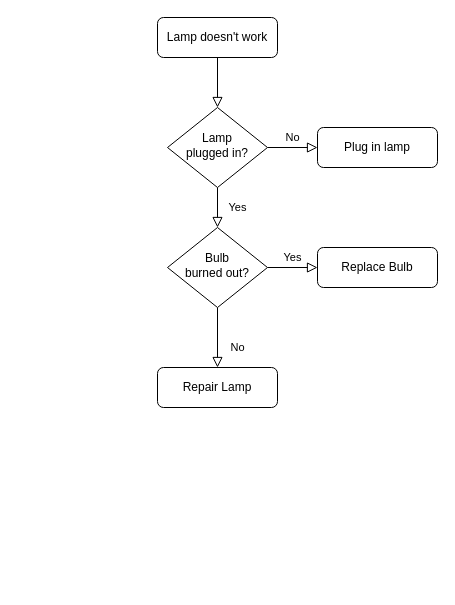
Before: cosheduler.drawio in weichenjushi/k8snote, a draw.io diagram. Source tidied: cells renumbered, new cells numbered last; positions are measured from the earlier drawing's top-left corner, leaving out a move shared by most shapes. Both pictures are drawn from the tidied source at 100%, with x=0, y=0 at pixel (157, 17).
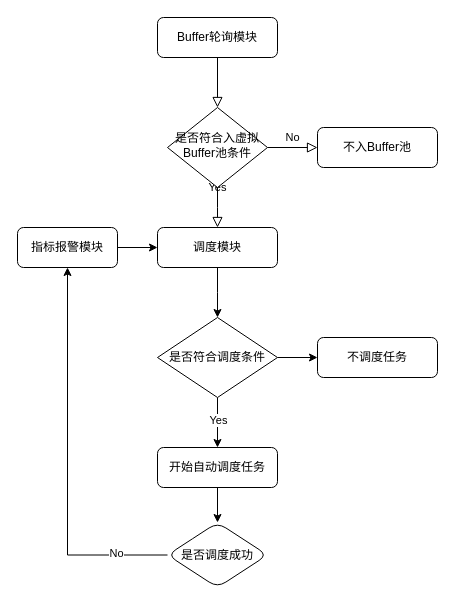
After the change.

What changed in the source:
```diff
@@
-    <mxCell id="3" value="Lamp doesn't work" style="rounded=1;whiteSpace=wrap;html=1;fontSize=12;glass=0;strokeWidth=1;shadow=0;" parent="1" vertex="1">
+    <mxCell id="3" value="Buffer轮询模块" style="rounded=1;whiteSpace=wrap;html=1;fontSize=12;glass=0;strokeWidth=1;shadow=0;" parent="1" vertex="1">
       <mxGeometry width="120" height="40" as="geometry" />
     </mxCell>
-    <mxCell id="4" value="Yes" style="rounded=0;html=1;jettySize=auto;fontSize=11;endArrow=block;endFill=0;endSize=8;strokeWidth=1;shadow=0;labelBackgroundColor=none;edgeStyle=orthogonalEdgeStyle;" parent="1" edge="1" source="6" target="10">
-      <mxGeometry y="20" relative="1" as="geometry" />
+    <mxCell id="4" value="Yes" style="rounded=0;html=1;jettySize=auto;fontSize=11;endArrow=block;endFill=0;endSize=8;strokeWidth=1;shadow=0;labelBackgroundColor=none;edgeStyle=orthogonalEdgeStyle;" parent="1" edge="1" source="6">
+      <mxGeometry y="20" relative="1" as="geometry">
+        <mxPoint x="60" y="210" as="targetPoint" />
+      </mxGeometry>
     </mxCell>
@@
-    <mxCell id="6" value="Lamp&lt;br&gt;plugged in?" style="rhombus;whiteSpace=wrap;html=1;shadow=0;fontFamily=Helvetica;fontSize=12;align=center;strokeWidth=1;spacing=6;spacingTop=-4;" parent="1" vertex="1">
+    <mxCell id="6" value="是否符合入虚拟Buffer池条件" style="rhombus;whiteSpace=wrap;html=1;shadow=0;fontFamily=Helvetica;fontSize=12;align=center;strokeWidth=1;spacing=6;spacingTop=-4;" parent="1" vertex="1">
       <mxGeometry x="10" y="90" width="100" height="80" as="geometry" />
     </mxCell>
-    <mxCell id="7" value="Plug in lamp" style="rounded=1;whiteSpace=wrap;html=1;fontSize=12;glass=0;strokeWidth=1;shadow=0;" parent="1" vertex="1">
+    <mxCell id="7" value="不入Buffer池" style="rounded=1;whiteSpace=wrap;html=1;fontSize=12;glass=0;strokeWidth=1;shadow=0;" parent="1" vertex="1">
       <mxGeometry x="160" y="110" width="120" height="40" as="geometry" />
     </mxCell>
+    <mxCell id="13" style="edgeStyle=orthogonalEdgeStyle;rounded=0;jettySize=auto;html=1;exitX=0.5;exitY=1;exitDx=0;exitDy=0;entryX=0.5;entryY=0;entryDx=0;entryDy=0;" parent="1" edge="1" source="11">
+      <mxGeometry relative="1" as="geometry">
+        <mxPoint x="60" y="300" as="targetPoint" />
+      </mxGeometry>
+    </mxCell>
+    <mxCell id="11" value="调度模块" style="rounded=1;whiteSpace=wrap;html=1;fontSize=12;glass=0;strokeWidth=1;shadow=0;" parent="1" vertex="1">
+      <mxGeometry y="210" width="120" height="40" as="geometry" />
+    </mxCell>
+    <mxCell id="14" value="不调度任务" style="rounded=1;whiteSpace=wrap;html=1;fontSize=12;glass=0;strokeWidth=1;shadow=0;" parent="1" vertex="1">
+      <mxGeometry x="160" y="320" width="120" height="40" as="geometry" />
+    </mxCell>
+    <mxCell id="15" style="edgeStyle=orthogonalEdgeStyle;rounded=0;jettySize=auto;html=1;" parent="1" edge="1" source="17">
+      <mxGeometry relative="1" as="geometry">
+        <mxPoint x="60" y="430" as="targetPoint" />
+      </mxGeometry>
+    </mxCell>
+    <mxCell id="9" value="Yes" style="edgeLabel;html=1;align=center;verticalAlign=middle;" parent="15" vertex="1">
+      <mxGeometry x="-0.7" y="-1" relative="1" as="geometry">
+        <mxPoint x="1" y="14" as="offset" />
+      </mxGeometry>
+    </mxCell>
+    <mxCell id="16" style="edgeStyle=orthogonalEdgeStyle;rounded=0;jettySize=auto;html=1;exitX=1;exitY=0.5;exitDx=0;exitDy=0;" parent="1" edge="1" source="17" target="14">
+      <mxGeometry relative="1" as="geometry" />
+    </mxCell>
+    <mxCell id="17" value="是否符合调度条件" style="rhombus;whiteSpace=wrap;html=1;" parent="1" vertex="1">
+      <mxGeometry y="300" width="120" height="80" as="geometry" />
+    </mxCell>
+    <mxCell id="18" style="edgeStyle=orthogonalEdgeStyle;rounded=0;jettySize=auto;html=1;" parent="1" edge="1" source="19" target="23">
+      <mxGeometry relative="1" as="geometry" />
+    </mxCell>
+    <mxCell id="19" value="开始自动调度任务" style="rounded=1;whiteSpace=wrap;html=1;" parent="1" vertex="1">
+      <mxGeometry y="430" width="120" height="40" as="geometry" />
+    </mxCell>
+    <mxCell id="20" style="edgeStyle=orthogonalEdgeStyle;rounded=0;jettySize=auto;html=1;exitX=1;exitY=0.25;exitDx=0;exitDy=0;entryX=0;entryY=0.5;entryDx=0;entryDy=0;" parent="1" edge="1" source="21" target="11">
+      <mxGeometry relative="1" as="geometry">
+        <Array as="points">
+          <mxPoint x="-60" y="230" />
+        </Array>
+      </mxGeometry>
+    </mxCell>
+    <mxCell id="21" value="指标报警模块" style="rounded=1;whiteSpace=wrap;html=1;" parent="1" vertex="1">
+      <mxGeometry x="-140" y="210" width="100" height="40" as="geometry" />
+    </mxCell>
+    <mxCell id="22" style="edgeStyle=orthogonalEdgeStyle;rounded=0;jettySize=auto;html=1;exitX=0;exitY=0.5;exitDx=0;exitDy=0;entryX=0.5;entryY=1;entryDx=0;entryDy=0;" parent="1" edge="1" source="23" target="21">
+      <mxGeometry relative="1" as="geometry" />
+    </mxCell>
-    <mxCell id="8" value="No" style="rounded=0;html=1;jettySize=auto;fontSize=11;endArrow=block;endFill=0;endSize=8;strokeWidth=1;shadow=0;labelBackgroundColor=none;edgeStyle=orthogonalEdgeStyle;" parent="1" edge="1" source="10" target="11">
-      <mxGeometry x="0.33" y="20" relative="1" as="geometry" />
+    <mxCell id="8" value="No" style="edgeLabel;html=1;align=center;verticalAlign=middle;" parent="22" vertex="1">
+      <mxGeometry x="-0.73" y="-2" relative="1" as="geometry" />
     </mxCell>
-    <mxCell id="9" value="Yes" style="edgeStyle=orthogonalEdgeStyle;rounded=0;html=1;jettySize=auto;fontSize=11;endArrow=block;endFill=0;endSize=8;strokeWidth=1;shadow=0;labelBackgroundColor=none;" parent="1" edge="1" source="10" target="12">
-      <mxGeometry y="10" relative="1" as="geometry" />
-    </mxCell>
-    <mxCell id="10" value="Bulb&lt;br&gt;burned out?" style="rhombus;whiteSpace=wrap;html=1;shadow=0;fontFamily=Helvetica;fontSize=12;align=center;strokeWidth=1;spacing=6;spacingTop=-4;" parent="1" vertex="1">
-      <mxGeometry x="10" y="210" width="100" height="80" as="geometry" />
-    </mxCell>
-    <mxCell id="11" value="Repair Lamp" style="rounded=1;whiteSpace=wrap;html=1;fontSize=12;glass=0;strokeWidth=1;shadow=0;" parent="1" vertex="1">
-      <mxGeometry y="350" width="120" height="40" as="geometry" />
-    </mxCell>
-    <mxCell id="12" value="Replace Bulb" style="rounded=1;whiteSpace=wrap;html=1;fontSize=12;glass=0;strokeWidth=1;shadow=0;" parent="1" vertex="1">
-      <mxGeometry x="160" y="230" width="120" height="40" as="geometry" />
-    </mxCell>
+    <mxCell id="23" value="是否调度成功" style="rhombus;whiteSpace=wrap;html=1;rounded=1;" parent="1" vertex="1">
+      <mxGeometry x="10" y="505" width="100" height="65" as="geometry" />
+    </mxCell>
```
